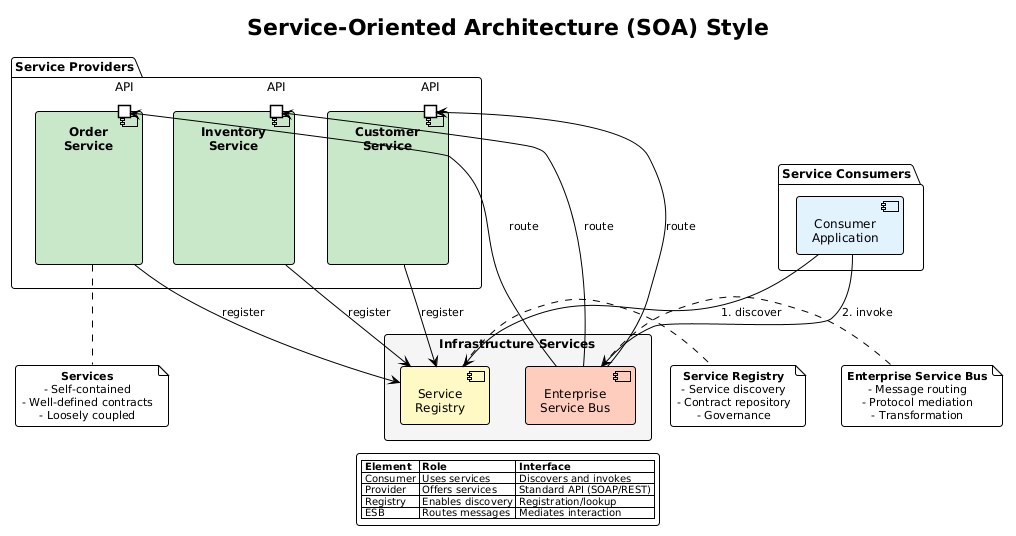
The PlantUML diagram src/architecture/views-and-beyond/style-catalogs/component-and-connector/component-and-connector-views/png/09-soa-style.png in Notoriousjayy/latex-docs, before a commit. Its diagram source:
```plantuml
@startuml 09-soa-style
!include ../../../../../../tooling/styles/plantuml/structural/package-diagram-style.iuml

!theme plain

title Service-Oriented Architecture (SOA) Style

package "Service Consumers" {
    component "Consumer\nApplication" as cons #E3F2FD
}

rectangle "Infrastructure Services" as infra #F5F5F5 {
    component "Service\nRegistry" as reg #FFF9C4
    component "Enterprise\nService Bus" as esb #FFCCBC
}

package "Service Providers" {
    component "Order\nService" as os #C8E6C9 {
        portin "API" as os_api
    }
    component "Inventory\nService" as is #C8E6C9 {
        portin "API" as is_api
    }
    component "Customer\nService" as cs #C8E6C9 {
        portin "API" as cs_api
    }
}

cons --> reg : 1. discover
cons --> esb : 2. invoke

esb --> os_api : route
esb --> is_api : route
esb --> cs_api : route

os --> reg : register
is --> reg : register
cs --> reg : register

note right of reg
  **Service Registry**
  - Service discovery
  - Contract repository
  - Governance
end note

note right of esb
  **Enterprise Service Bus**
  - Message routing
  - Protocol mediation
  - Transformation
end note

note bottom of os
  **Services**
  - Self-contained
  - Well-defined contracts
  - Loosely coupled
end note

legend bottom
  |= Element |= Role |= Interface |
  | Consumer | Uses services | Discovers and invokes |
  | Provider | Offers services | Standard API (SOAP/REST) |
  | Registry | Enables discovery | Registration/lookup |
  | ESB | Routes messages | Mediates interaction |
endlegend

@enduml
```
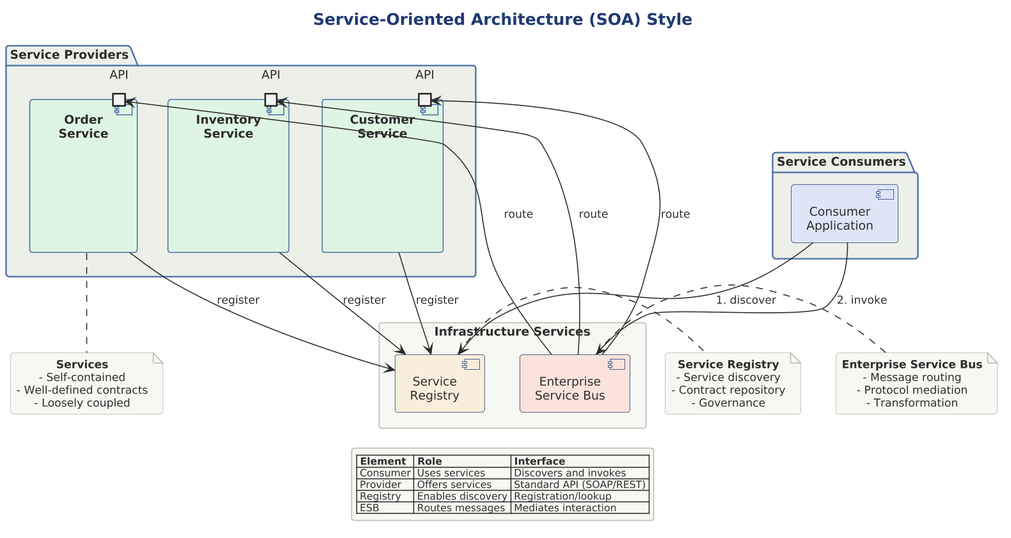
The same file after the commit.

What changed in the source:
```diff
@@ -1,27 +1,30 @@
 @startuml 09-soa-style
+
+skinparam dpi 150
+
+
+
 !include ../../../../../../tooling/styles/plantuml/structural/package-diagram-style.iuml
-
-!theme plain
 
 title Service-Oriented Architecture (SOA) Style
 
 package "Service Consumers" {
-    component "Consumer\nApplication" as cons #E3F2FD
+    component "Consumer\nApplication" as cons $fill_primary
 }
 
-rectangle "Infrastructure Services" as infra #F5F5F5 {
-    component "Service\nRegistry" as reg #FFF9C4
-    component "Enterprise\nService Bus" as esb #FFCCBC
+rectangle "Infrastructure Services" as infra $theme_surface {
+    component "Service\nRegistry" as reg $fill_caution
+    component "Enterprise\nService Bus" as esb $fill_invalid
 }
 
 package "Service Providers" {
-    component "Order\nService" as os #C8E6C9 {
+    component "Order\nService" as os $fill_ok {
         portin "API" as os_api
     }
-    component "Inventory\nService" as is #C8E6C9 {
+    component "Inventory\nService" as is $fill_ok {
         portin "API" as is_api
     }
-    component "Customer\nService" as cs #C8E6C9 {
+    component "Customer\nService" as cs $fill_ok {
         portin "API" as cs_api
     }
 }
```
